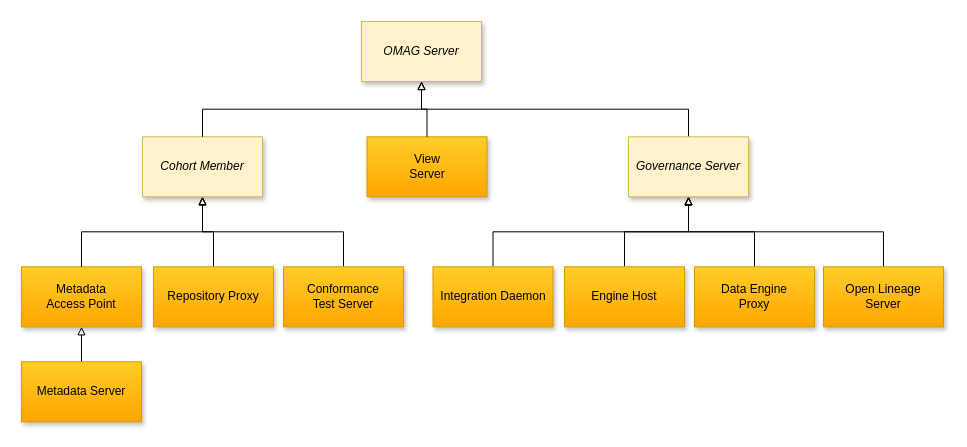
odpi/egeria keeps this draw.io diagram as page "types-of-omag-servers" (2 of 28) of open-metadata-implementation/admin-services/docs/egeria-operations.drawio. Above is the earlier version. Source tidied: cells renumbered, new cells numbered last; positions are measured from the earlier drawing's top-left corner, leaving out a move shared by most shapes. Both pictures are drawn from the tidied source at 100%, with x=0, y=0 at pixel (21, 21).
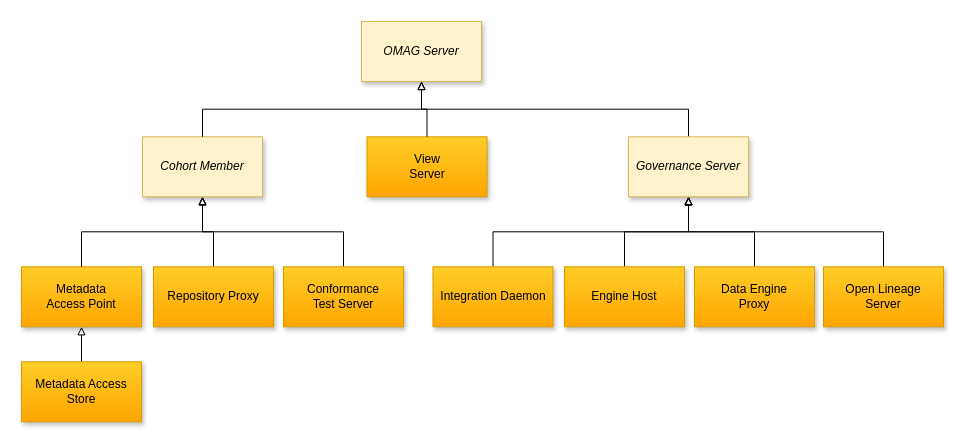
The same page after the edit.

What changed in the source:
```diff
@@
-    <mxCell id="11" value="Metadata Server" style="rounded=0;whiteSpace=wrap;html=1;fillColor=#ffcd28;strokeColor=#d79b00;gradientColor=#ffa500;shadow=1;" parent="1" vertex="1">
+    <mxCell id="11" value="Metadata Access Store" style="rounded=0;whiteSpace=wrap;html=1;fillColor=#ffcd28;strokeColor=#d79b00;gradientColor=#ffa500;shadow=1;" parent="1" vertex="1">
       <mxGeometry y="340.3" width="120" height="60" as="geometry" />
     </mxCell>
```
